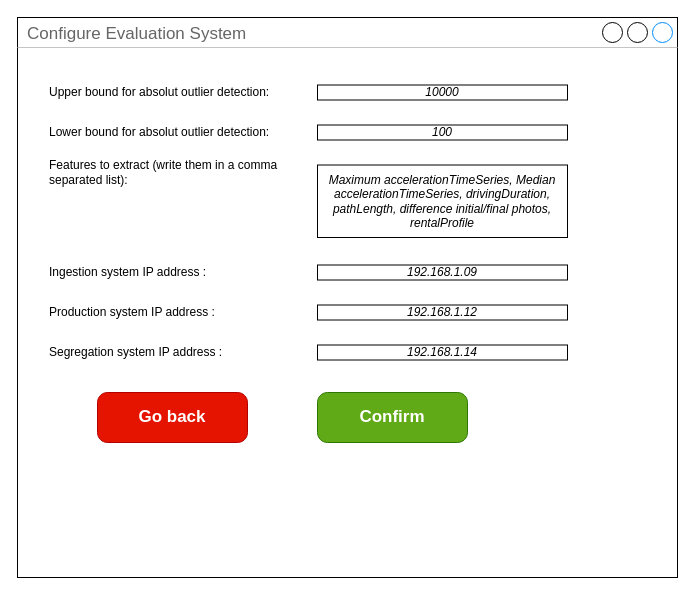
Before: configure/evaluation_system(JACO).drawio in BaffoBello14/AutomaticDamagesRecognition, a draw.io diagram. Source tidied: cells renumbered, new cells numbered last; positions are measured from the earlier drawing's top-left corner, leaving out a move shared by most shapes. Both pictures are drawn from the tidied source at 100%, with x=0, y=0 at pixel (17, 17).
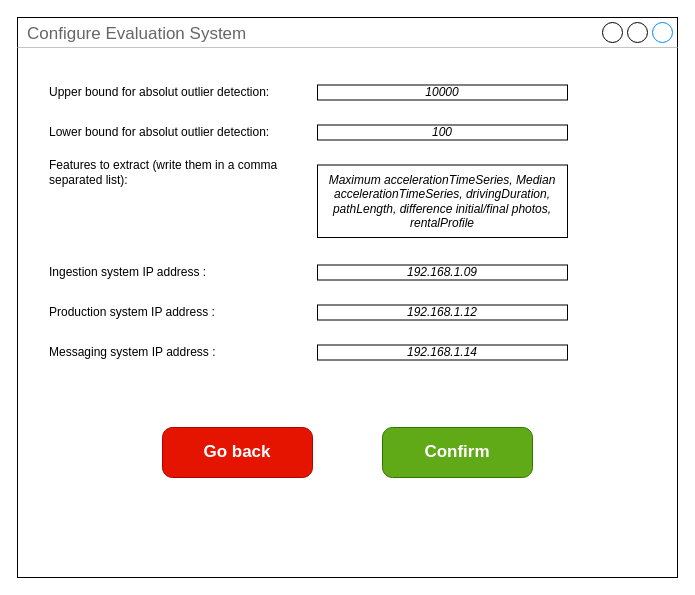
Above is the later version.

What changed in the source:
```diff
@@
 <mxGraphModel>
   <root>
     <mxCell id="0" />
     <mxCell id="1" parent="0" />
     <mxCell id="2" value="Configure Evaluation System" style="strokeWidth=1;shadow=0;dashed=0;align=center;html=1;shape=mxgraph.mockup.containers.window;align=left;verticalAlign=top;spacingLeft=8;strokeColor2=#008cff;strokeColor3=#c4c4c4;fontColor=#666666;mainText=;fontSize=17;labelBackgroundColor=none;whiteSpace=wrap;" parent="1" vertex="1">
       <mxGeometry width="660" height="560" as="geometry" />
     </mxCell>
     <mxCell id="3" value="Confirm" style="strokeWidth=1;shadow=0;dashed=0;align=center;html=1;shape=mxgraph.mockup.buttons.button;strokeColor=#2D7600;fontColor=#ffffff;mainText=;buttonStyle=round;fontSize=17;fontStyle=1;fillColor=#60a917;whiteSpace=wrap;" parent="1" vertex="1">
-      <mxGeometry x="300" y="375" width="150" height="50" as="geometry" />
+      <mxGeometry x="365" y="410" width="150" height="50" as="geometry" />
     </mxCell>
     <mxCell id="4" value="Go back" style="strokeWidth=1;shadow=0;dashed=0;align=center;html=1;shape=mxgraph.mockup.buttons.button;strokeColor=#B20000;mainText=;buttonStyle=round;fontSize=17;fontStyle=1;fillColor=#e51400;whiteSpace=wrap;fontColor=#ffffff;" parent="1" vertex="1">
-      <mxGeometry x="80" y="375" width="150" height="50" as="geometry" />
+      <mxGeometry x="145" y="410" width="150" height="50" as="geometry" />
     </mxCell>
     <mxCell id="5" value="Upper bound for absolut outlier detection:" style="text;html=1;strokeColor=none;fillColor=none;align=left;verticalAlign=middle;whiteSpace=wrap;rounded=0;" parent="1" vertex="1">
       <mxGeometry x="30" y="60" width="240" height="30" as="geometry" />
     </mxCell>
     <mxCell id="6" value="&lt;i&gt;&lt;font&gt;10000&lt;/font&gt;&lt;/i&gt;" style="rounded=0;whiteSpace=wrap;html=1;fontColor=#000000;" parent="1" vertex="1">
       <mxGeometry x="300" y="67.5" width="250" height="15" as="geometry" />
     </mxCell>
     <mxCell id="7" value="Lower bound for absolut outlier detection:" style="text;html=1;strokeColor=none;fillColor=none;align=left;verticalAlign=middle;whiteSpace=wrap;rounded=0;" parent="1" vertex="1">
       <mxGeometry x="30" y="100" width="230" height="30" as="geometry" />
     </mxCell>
     <mxCell id="8" value="&lt;i&gt;&lt;font&gt;100&lt;/font&gt;&lt;/i&gt;" style="rounded=0;whiteSpace=wrap;html=1;fontColor=#000000;" parent="1" vertex="1">
       <mxGeometry x="300" y="107.5" width="250" height="15" as="geometry" />
     </mxCell>
     <mxCell id="9" value="Features to extract (write them in a comma separated list):" style="text;html=1;strokeColor=none;fillColor=none;align=left;verticalAlign=middle;whiteSpace=wrap;rounded=0;" parent="1" vertex="1">
       <mxGeometry x="30" y="140" width="240" height="30" as="geometry" />
     </mxCell>
     <mxCell id="10" value="&lt;i&gt;Maximum accelerationTimeSeries, Median accelerationTimeSeries, drivingDuration, pathLength, difference initial/final photos, rentalProfile&lt;/i&gt;" style="rounded=0;whiteSpace=wrap;html=1;fontColor=#000000;" parent="1" vertex="1">
       <mxGeometry x="300" y="147.5" width="250" height="72.5" as="geometry" />
     </mxCell>
     <mxCell id="11" value="Ingestion system IP address :" style="text;html=1;strokeColor=none;fillColor=none;align=left;verticalAlign=middle;whiteSpace=wrap;rounded=0;" parent="1" vertex="1">
       <mxGeometry x="30" y="240" width="210" height="30" as="geometry" />
     </mxCell>
     <mxCell id="12" value="&lt;i style=&quot;border-color: var(--border-color);&quot;&gt;&lt;font style=&quot;border-color: var(--border-color);&quot;&gt;192.168.1.09&lt;/font&gt;&lt;/i&gt;" style="rounded=0;whiteSpace=wrap;html=1;fontColor=#000000;" parent="1" vertex="1">
       <mxGeometry x="300" y="247.5" width="250" height="15" as="geometry" />
     </mxCell>
     <mxCell id="13" value="Production system IP address :" style="text;html=1;strokeColor=none;fillColor=none;align=left;verticalAlign=middle;whiteSpace=wrap;rounded=0;" parent="1" vertex="1">
       <mxGeometry x="30" y="280" width="210" height="30" as="geometry" />
     </mxCell>
     <mxCell id="14" value="&lt;i style=&quot;border-color: var(--border-color);&quot;&gt;&lt;font style=&quot;border-color: var(--border-color);&quot;&gt;192.168.1.12&lt;/font&gt;&lt;/i&gt;" style="rounded=0;whiteSpace=wrap;html=1;fontColor=#000000;" parent="1" vertex="1">
       <mxGeometry x="300" y="287.5" width="250" height="15" as="geometry" />
     </mxCell>
-    <mxCell id="15" value="Segregation system IP address :" style="text;html=1;strokeColor=none;fillColor=none;align=left;verticalAlign=middle;whiteSpace=wrap;rounded=0;" parent="1" vertex="1">
+    <mxCell id="15" value="Messaging system IP address :" style="text;html=1;strokeColor=none;fillColor=none;align=left;verticalAlign=middle;whiteSpace=wrap;rounded=0;" parent="1" vertex="1">
       <mxGeometry x="30" y="320" width="210" height="30" as="geometry" />
     </mxCell>
     <mxCell id="16" value="&lt;i style=&quot;border-color: var(--border-color);&quot;&gt;&lt;font style=&quot;border-color: var(--border-color);&quot;&gt;192.168.1.14&lt;/font&gt;&lt;/i&gt;" style="rounded=0;whiteSpace=wrap;html=1;fontColor=#000000;" parent="1" vertex="1">
       <mxGeometry x="300" y="327.5" width="250" height="15" as="geometry" />
     </mxCell>
   </root>
 </mxGraphModel>
```
